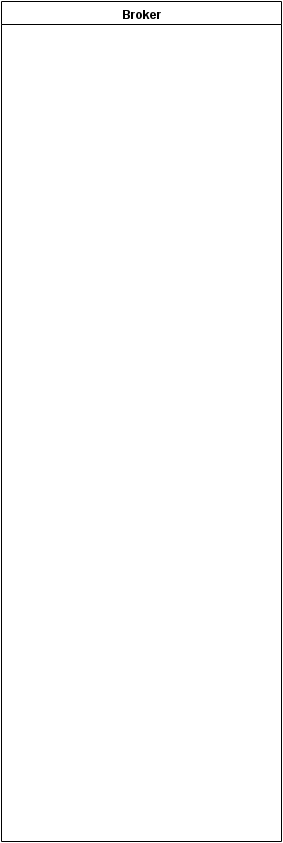
Above: doc/ES_activity_Card_Reader.png in Ricardo-Silva91/ES_CCreader (draw.io), before the change. Source tidied: cells renumbered, new cells last; positions are measured from the earlier drawing's top-left corner, leaving out a move shared by most shapes.
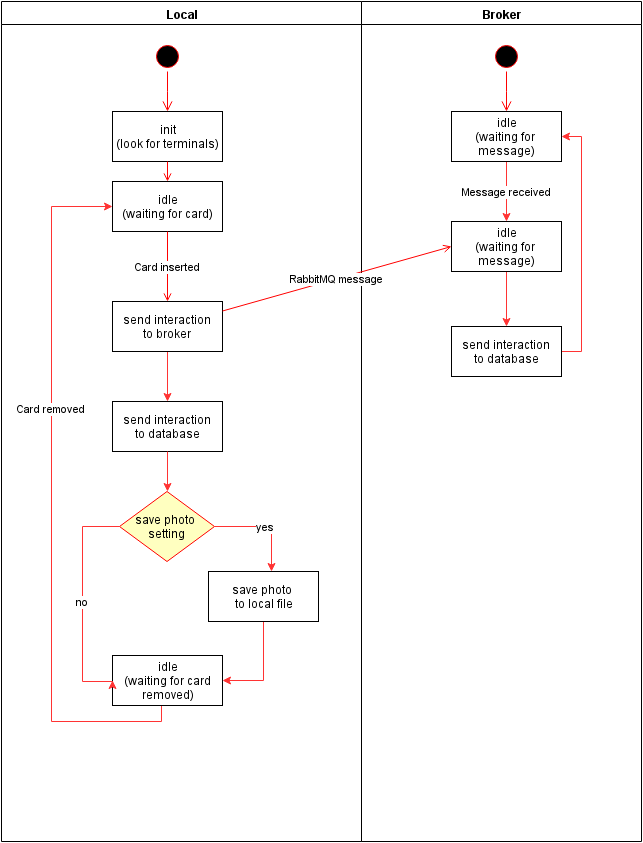
After the commit.

The edit, as a diff of the source:
```diff
@@ -1,38 +1,113 @@
 <mxGraphModel background="#ffffff">
   <root>
-    <mxCell id="0" />
+    <mxCell id="0" style="html=1;" />
-    <mxCell id="1" parent="0" />
+    <mxCell id="1" style="html=1;" parent="0" />
-    <mxCell id="2" value="Broker" style="swimlane;whiteSpace=wrap;html=1;" parent="1" vertex="1">
-      <mxGeometry width="280" height="840" as="geometry" />
+    <mxCell id="2" value="Local" style="swimlane;whiteSpace=wrap;html=1;" parent="1" vertex="1">
+      <mxGeometry width="360" height="840" as="geometry" />
     </mxCell>
-    <mxCell id="3" style="ellipse;shape=startState;fillColor=#000000;strokeColor=#ff0000;html=1;" parent="2" vertex="1">
-      <mxGeometry x="130" y="40" width="30" height="30" as="geometry" />
-    </mxCell>
-    <mxCell id="4" style="edgeStyle=elbowEdgeStyle;elbow=horizontal;verticalAlign=bottom;endArrow=open;endSize=8;strokeColor=#FF0000;endFill=1;rounded=0;html=1;" parent="2" edge="1" source="3" target="6">
-      <mxGeometry x="110" y="20" as="geometry" />
-    </mxCell>
-    <mxCell id="5" value="Message received" style="edgeStyle=orthogonalEdgeStyle;rounded=0;html=1;entryX=0.5;entryY=0;jettySize=auto;strokeColor=#FF3333;" parent="2" edge="1" source="6" target="8">
-      <mxGeometry relative="1" as="geometry" />
+    <mxCell id="5" style="ellipse;shape=startState;fillColor=#000000;strokeColor=#ff0000;html=1;" parent="2" vertex="1">
+      <mxGeometry x="151" y="40" width="30" height="30" as="geometry" />
     </mxCell>
-    <mxCell id="6" value="idle&lt;div&gt;(waiting for&amp;nbsp;&lt;/div&gt;&lt;div&gt;message)&lt;/div&gt;" style="text;html=1;fillColor=#ffffff;strokeColor=#000000;align=center;verticalAlign=middle;" parent="2" vertex="1">
-      <mxGeometry x="90" y="110" width="110" height="50" as="geometry" />
+    <mxCell id="6" style="edgeStyle=elbowEdgeStyle;elbow=horizontal;verticalAlign=bottom;endArrow=open;endSize=8;strokeColor=#FF0000;endFill=1;rounded=0;html=1;" parent="2" edge="1" source="5" target="7">
+      <mxGeometry x="151" y="40" as="geometry" />
     </mxCell>
-    <mxCell id="7" style="edgeStyle=orthogonalEdgeStyle;rounded=0;html=1;entryX=0.5;entryY=0;jettySize=auto;strokeColor=#FF3333;" parent="2" edge="1" source="8" target="10">
-      <mxGeometry relative="1" as="geometry" />
+    <mxCell id="7" value="init&lt;div&gt;(look for terminals)&lt;/div&gt;" style="text;html=1;fillColor=#ffffff;strokeColor=#000000;align=center;verticalAlign=middle;" parent="2" vertex="1">
+      <mxGeometry x="111" y="110" width="110" height="50" as="geometry" />
     </mxCell>
-    <mxCell id="8" value="idle&lt;div&gt;(waiting for&amp;nbsp;&lt;/div&gt;&lt;div&gt;message)&lt;/div&gt;" style="text;html=1;fillColor=#ffffff;strokeColor=#000000;align=center;verticalAlign=middle;" parent="2" vertex="1">
-      <mxGeometry x="90" y="220" width="110" height="50" as="geometry" />
+    <mxCell id="8" value="idle&lt;div&gt;(waiting for card)&lt;/div&gt;" style="text;html=1;fillColor=#ffffff;strokeColor=#000000;align=center;verticalAlign=middle;" parent="2" vertex="1">
+      <mxGeometry x="111" y="180" width="110" height="50" as="geometry" />
     </mxCell>
-    <mxCell id="9" style="edgeStyle=orthogonalEdgeStyle;rounded=0;html=1;entryX=1;entryY=0.5;jettySize=auto;strokeColor=#FF3333;" parent="2" edge="1" source="10" target="6">
-      <mxGeometry relative="1" as="geometry">
-        <Array as="points">
-          <mxPoint x="220" y="350" />
-          <mxPoint x="220" y="135" />
-        </Array>
-      </mxGeometry>
+    <mxCell id="9" style="endArrow=open;strokeColor=#FF0000;endFill=1;rounded=0;html=1;" parent="2" edge="1" source="7" target="8">
+      <mxGeometry relative="1" as="geometry" />
     </mxCell>
+    <mxCell id="11" style="edgeStyle=orthogonalEdgeStyle;rounded=0;html=1;entryX=0.5;entryY=0;jettySize=auto;plain-red;strokeColor=#FF3333;" parent="2" edge="1" source="10" target="13">
+      <mxGeometry relative="1" as="geometry" />
+    </mxCell>
-    <mxCell id="10" value="send interaction&lt;div&gt;to database&lt;/div&gt;" style="text;html=1;fillColor=#ffffff;strokeColor=#000000;align=center;verticalAlign=middle;" parent="2" vertex="1">
-      <mxGeometry x="90" y="325" width="110" height="50" as="geometry" />
+    <mxCell id="10" value="send interaction&lt;div&gt;to broker&lt;/div&gt;" style="text;html=1;fillColor=#ffffff;strokeColor=#000000;align=center;verticalAlign=middle;" parent="2" vertex="1">
+      <mxGeometry x="111" y="300" width="110" height="50" as="geometry" />
     </mxCell>
+    <mxCell id="12" value="Card inserted" style="endArrow=open;strokeColor=#FF0000;endFill=1;rounded=0;html=1;" parent="2" edge="1" source="8" target="10">
+      <mxGeometry relative="1" as="geometry" />
+    </mxCell>
+    <mxCell id="13" value="send interaction&lt;div&gt;to database&lt;/div&gt;" style="text;html=1;fillColor=#ffffff;strokeColor=#000000;align=center;verticalAlign=middle;" parent="2" vertex="1">
+      <mxGeometry x="111" y="400" width="110" height="50" as="geometry" />
+    </mxCell>
+    <mxCell id="14" style="edgeStyle=orthogonalEdgeStyle;rounded=0;html=1;entryX=0.5;entryY=0;jettySize=auto;plain-red;strokeColor=#FF3333;exitX=0.5;exitY=1;" parent="2" edge="1" source="13" target="15">
+      <mxGeometry x="166" y="465" as="geometry" />
+    </mxCell>
+    <mxCell id="15" value="save photo&amp;nbsp;&lt;div&gt;setting&lt;/div&gt;" style="rhombus;fillColor=#ffffc0;strokeColor=#ff0000;html=1;fontSize=12;" parent="2" vertex="1">
+      <mxGeometry x="118" y="490" width="95" height="70" as="geometry" />
+    </mxCell>
+    <mxCell id="16" style="edgeStyle=orthogonalEdgeStyle;rounded=0;html=1;entryX=1;entryY=0.5;jettySize=auto;strokeColor=#FF3333;" parent="2" edge="1" source="17" target="19">
+      <mxGeometry relative="1" as="geometry" />
+    </mxCell>
+    <mxCell id="17" value="save photo&amp;nbsp;&lt;div&gt;to local file&lt;/div&gt;" style="text;html=1;fillColor=#ffffff;strokeColor=#000000;align=center;verticalAlign=middle;" parent="2" vertex="1">
+      <mxGeometry x="207" y="570" width="110" height="50" as="geometry" />
+    </mxCell>
+    <mxCell id="18" value="Card removed" style="edgeStyle=orthogonalEdgeStyle;rounded=0;html=1;entryX=0;entryY=0.5;jettySize=auto;strokeColor=#FF3333;" parent="2" edge="1" source="19" target="8">
+      <mxGeometry x="0.25" relative="1" as="geometry">
+        <Array as="points">
+          <mxPoint x="160" y="720" />
+          <mxPoint x="50" y="720" />
+          <mxPoint x="50" y="205" />
+        </Array>
+      </mxGeometry>
+    </mxCell>
+    <mxCell id="19" value="idle&lt;div&gt;(waiting for card&lt;/div&gt;&lt;div&gt;removed)&lt;/div&gt;" style="text;html=1;fillColor=#ffffff;strokeColor=#000000;align=center;verticalAlign=middle;" parent="2" vertex="1">
+      <mxGeometry x="111" y="654" width="110" height="50" as="geometry" />
+    </mxCell>
+    <mxCell id="20" value="no" style="edgeStyle=orthogonalEdgeStyle;rounded=0;html=1;jettySize=auto;strokeColor=#FF3333;exitX=0;exitY=0.5;entryX=0;entryY=0.5;" parent="2" edge="1" source="15" target="19">
+      <mxGeometry relative="1" as="geometry">
+        <Array as="points">
+          <mxPoint x="81" y="525" />
+          <mxPoint x="81" y="680" />
+          <mxPoint x="111" y="680" />
+        </Array>
+      </mxGeometry>
+    </mxCell>
+    <mxCell id="3" value="Broker" style="swimlane;whiteSpace=wrap;html=1;" parent="1" vertex="1">
+      <mxGeometry x="360" width="280" height="840" as="geometry" />
+    </mxCell>
+    <mxCell id="21" style="ellipse;shape=startState;fillColor=#000000;strokeColor=#ff0000;html=1;" parent="3" vertex="1">
+      <mxGeometry x="130" y="40" width="30" height="30" as="geometry" />
+    </mxCell>
+    <mxCell id="22" style="edgeStyle=elbowEdgeStyle;elbow=horizontal;verticalAlign=bottom;endArrow=open;endSize=8;strokeColor=#FF0000;endFill=1;rounded=0;html=1;" parent="3" edge="1" source="21" target="24">
+      <mxGeometry x="110" y="20" as="geometry" />
+    </mxCell>
+    <mxCell id="23" value="Message received" style="edgeStyle=orthogonalEdgeStyle;rounded=0;html=1;entryX=0.5;entryY=0;jettySize=auto;strokeColor=#FF3333;" parent="3" edge="1" source="24" target="26">
+      <mxGeometry relative="1" as="geometry" />
+    </mxCell>
+    <mxCell id="24" value="idle&lt;div&gt;(waiting for&amp;nbsp;&lt;/div&gt;&lt;div&gt;message)&lt;/div&gt;" style="text;html=1;fillColor=#ffffff;strokeColor=#000000;align=center;verticalAlign=middle;" parent="3" vertex="1">
+      <mxGeometry x="90" y="110" width="110" height="50" as="geometry" />
+    </mxCell>
+    <mxCell id="25" style="edgeStyle=orthogonalEdgeStyle;rounded=0;html=1;entryX=0.5;entryY=0;jettySize=auto;strokeColor=#FF3333;" parent="3" edge="1" source="26" target="28">
+      <mxGeometry relative="1" as="geometry" />
+    </mxCell>
+    <mxCell id="26" value="idle&lt;div&gt;(waiting for&amp;nbsp;&lt;/div&gt;&lt;div&gt;message)&lt;/div&gt;" style="text;html=1;fillColor=#ffffff;strokeColor=#000000;align=center;verticalAlign=middle;" parent="3" vertex="1">
+      <mxGeometry x="90" y="220" width="110" height="50" as="geometry" />
+    </mxCell>
+    <mxCell id="27" style="edgeStyle=orthogonalEdgeStyle;rounded=0;html=1;entryX=1;entryY=0.5;jettySize=auto;strokeColor=#FF3333;" parent="3" edge="1" source="28" target="24">
+      <mxGeometry relative="1" as="geometry">
+        <Array as="points">
+          <mxPoint x="220" y="350" />
+          <mxPoint x="220" y="135" />
+        </Array>
+      </mxGeometry>
+    </mxCell>
+    <mxCell id="28" value="send interaction&lt;div&gt;to database&lt;/div&gt;" style="text;html=1;fillColor=#ffffff;strokeColor=#000000;align=center;verticalAlign=middle;" parent="3" vertex="1">
+      <mxGeometry x="90" y="325" width="110" height="50" as="geometry" />
+    </mxCell>
+    <mxCell id="29" value="RabbitMQ message" style="endArrow=open;strokeColor=#FF0000;endFill=1;rounded=0;html=1;entryX=0;entryY=0.5;" parent="1" edge="1" source="10" target="26">
+      <mxGeometry relative="1" as="geometry" />
+    </mxCell>
+    <mxCell id="30" value="yes" style="edgeStyle=orthogonalEdgeStyle;rounded=0;html=1;jettySize=auto;strokeColor=#FF3333;" parent="1" edge="1" source="15">
+      <mxGeometry relative="1" as="geometry">
+        <mxPoint x="270" y="570" as="targetPoint" />
+        <Array as="points">
+          <mxPoint x="270" y="525" />
+          <mxPoint x="270" y="570" />
+        </Array>
+      </mxGeometry>
+    </mxCell>
   </root>
 </mxGraphModel>
```
